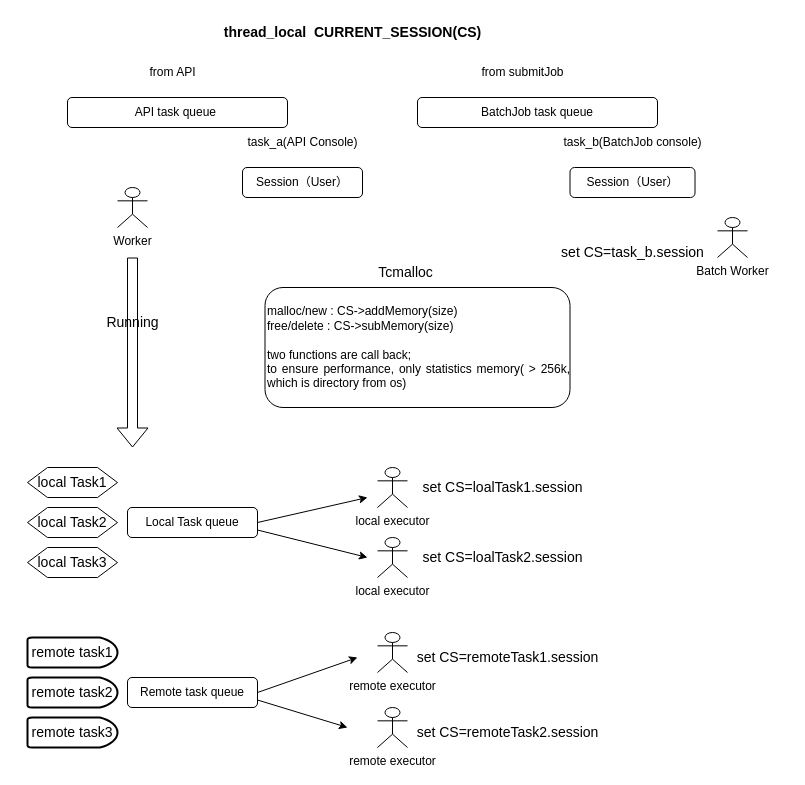
myspf/test keeps this draw.io diagram as Untitled Diagram.drawio. Above is the earlier version. Source tidied: cells renumbered, new cells numbered last; positions are measured from the earlier drawing's top-left corner, leaving out a move shared by most shapes. Both pictures are drawn from the tidied source at 100%, with x=0, y=0 at pixel (27, 17).
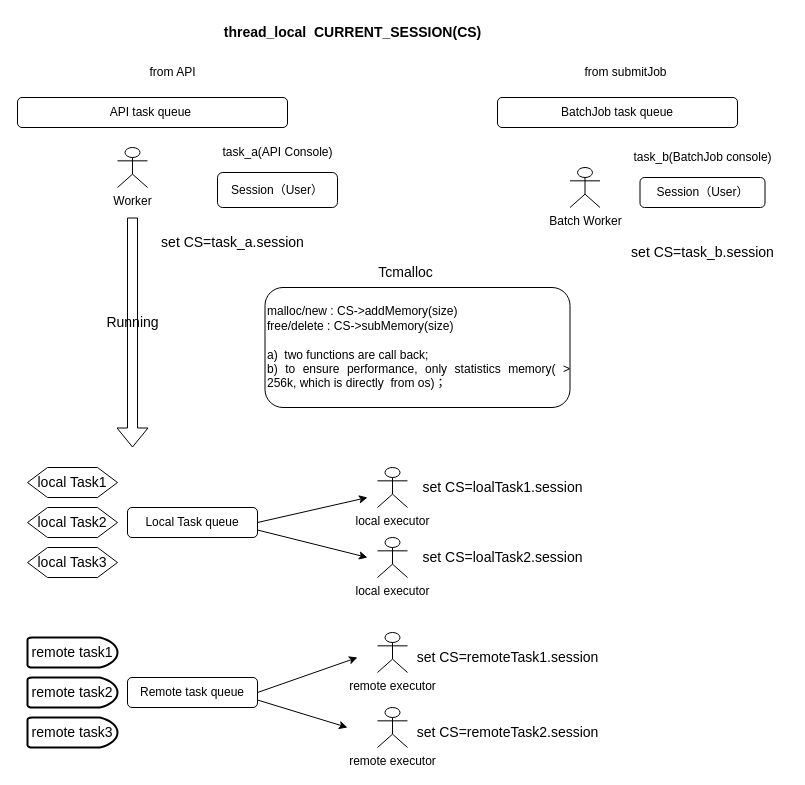
The same page after the edit.

Diff of the diagram source:
```diff
@@
     <mxCell id="3" value="BatchJob task queue" style="rounded=1;whiteSpace=wrap;html=1;" parent="1" vertex="1">
-      <mxGeometry x="390" y="80" width="240" height="30" as="geometry" />
+      <mxGeometry x="470" y="80" width="240" height="30" as="geometry" />
     </mxCell>
     <mxCell id="4" value="Worker" style="shape=umlActor;verticalLabelPosition=bottom;verticalAlign=top;html=1;" parent="1" vertex="1">
-      <mxGeometry x="90" y="170" width="30" height="40" as="geometry" />
+      <mxGeometry x="90" y="130" width="30" height="40" as="geometry" />
     </mxCell>
     <mxCell id="5" value="Batch Worker" style="shape=umlActor;verticalLabelPosition=bottom;verticalAlign=top;html=1;" parent="1" vertex="1">
-      <mxGeometry x="690" y="200" width="30" height="40" as="geometry" />
+      <mxGeometry x="542.5" y="150" width="30" height="40" as="geometry" />
     </mxCell>
@@
     <mxCell id="7" value="from submitJob" style="text;html=1;align=center;verticalAlign=middle;strokeColor=none;fillColor=none;" parent="1" vertex="1">
-      <mxGeometry x="440" y="40" width="110" height="30" as="geometry" />
+      <mxGeometry x="542.5" y="40" width="110" height="30" as="geometry" />
     </mxCell>
     <mxCell id="8" value="Session（User）" style="rounded=1;whiteSpace=wrap;html=1;" parent="1" vertex="1">
-      <mxGeometry x="215" y="150" width="120" height="30" as="geometry" />
+      <mxGeometry x="190" y="155" width="120" height="35" as="geometry" />
     </mxCell>
     <mxCell id="9" value="task_a(API Console)" style="text;html=1;align=center;verticalAlign=middle;strokeColor=none;fillColor=none;" parent="1" vertex="1">
-      <mxGeometry x="210" y="110" width="130" height="30" as="geometry" />
+      <mxGeometry x="185" y="120" width="130" height="30" as="geometry" />
     </mxCell>
     <mxCell id="10" value="Session（User）" style="rounded=1;whiteSpace=wrap;html=1;" parent="1" vertex="1">
-      <mxGeometry x="542.5" y="150" width="125" height="30" as="geometry" />
+      <mxGeometry x="612.5" y="160" width="125" height="30" as="geometry" />
     </mxCell>
     <mxCell id="11" value="task_b(BatchJob console)" style="text;html=1;align=center;verticalAlign=middle;strokeColor=none;fillColor=none;" parent="1" vertex="1">
-      <mxGeometry x="525" y="110" width="160" height="30" as="geometry" />
+      <mxGeometry x="595" y="125" width="160" height="30" as="geometry" />
     </mxCell>
@@
-    <mxCell id="14" value="set CS=task_b.session" style="text;html=1;align=center;verticalAlign=middle;strokeColor=none;fillColor=none;fontSize=14;" parent="1" vertex="1">
-      <mxGeometry x="520" y="220" width="170" height="30" as="geometry" />
+    <mxCell id="14" value="set CS=task_a.session" style="text;html=1;align=center;verticalAlign=middle;strokeColor=none;fillColor=none;fontSize=14;" parent="1" vertex="1">
+      <mxGeometry x="120" y="210" width="170" height="30" as="geometry" />
     </mxCell>
     <mxCell id="15" style="shape=flexArrow;endArrow=classic;html=1;rounded=0;fontSize=14;" parent="1" edge="1">
       <mxGeometry relative="1" as="geometry">
-        <mxPoint x="105" y="240" as="sourcePoint" />
+        <mxPoint x="105" y="200" as="sourcePoint" />
         <mxPoint x="105" y="430" as="targetPoint" />
       </mxGeometry>
     </mxCell>
@@
     <mxCell id="17" value="API task queue&amp;nbsp;" style="rounded=1;whiteSpace=wrap;html=1;" parent="1" vertex="1">
-      <mxGeometry x="40" y="80" width="220" height="30" as="geometry" />
+      <mxGeometry x="-10" y="80" width="270" height="30" as="geometry" />
     </mxCell>
@@
-    <mxCell id="37" value="&lt;div style=&quot;text-align: justify;&quot;&gt;&lt;span style=&quot;background-color: initial;&quot;&gt;malloc/new : CS-&amp;gt;addMemory(size)&lt;/span&gt;&lt;/div&gt;&lt;div style=&quot;text-align: justify;&quot;&gt;&lt;span style=&quot;background-color: initial;&quot;&gt;free/delete : CS-&amp;gt;subMemory(size)&amp;nbsp;&lt;/span&gt;&lt;/div&gt;&lt;div style=&quot;text-align: justify;&quot;&gt;&lt;span style=&quot;background-color: initial;&quot;&gt;&lt;br&gt;&lt;/span&gt;&lt;/div&gt;&lt;div style=&quot;text-align: justify;&quot;&gt;two functions are call back;&amp;nbsp;&lt;/div&gt;&lt;div style=&quot;text-align: justify;&quot;&gt;to ensure performance, only statistics memory( &amp;gt; 256k, which is directory from os)&lt;/div&gt;" style="rounded=1;whiteSpace=wrap;html=1;align=left;" parent="1" vertex="1">
+    <mxCell id="37" value="&lt;div style=&quot;text-align: justify;&quot;&gt;&lt;span style=&quot;background-color: initial;&quot;&gt;malloc/new : CS-&amp;gt;addMemory(size)&lt;/span&gt;&lt;/div&gt;&lt;div style=&quot;text-align: justify;&quot;&gt;&lt;span style=&quot;background-color: initial;&quot;&gt;free/delete : CS-&amp;gt;subMemory(size)&amp;nbsp;&lt;/span&gt;&lt;/div&gt;&lt;div style=&quot;text-align: justify;&quot;&gt;&lt;span style=&quot;background-color: initial;&quot;&gt;&lt;br&gt;&lt;/span&gt;&lt;/div&gt;&lt;div style=&quot;text-align: justify;&quot;&gt;a)&amp;nbsp; two functions are call back;&amp;nbsp;&lt;/div&gt;&lt;div style=&quot;text-align: justify;&quot;&gt;b) to ensure performance, only statistics memory( &amp;gt; 256k, which is directly&amp;nbsp; from os)；&lt;/div&gt;" style="rounded=1;whiteSpace=wrap;html=1;align=left;" parent="1" vertex="1">
       <mxGeometry x="237.5" y="270" width="305" height="120" as="geometry" />
     </mxCell>
+    <mxCell id="38" value="set CS=task_b.session" style="text;html=1;align=center;verticalAlign=middle;strokeColor=none;fillColor=none;fontSize=14;" parent="1" vertex="1">
+      <mxGeometry x="590" y="220" width="170" height="30" as="geometry" />
+    </mxCell>
```
